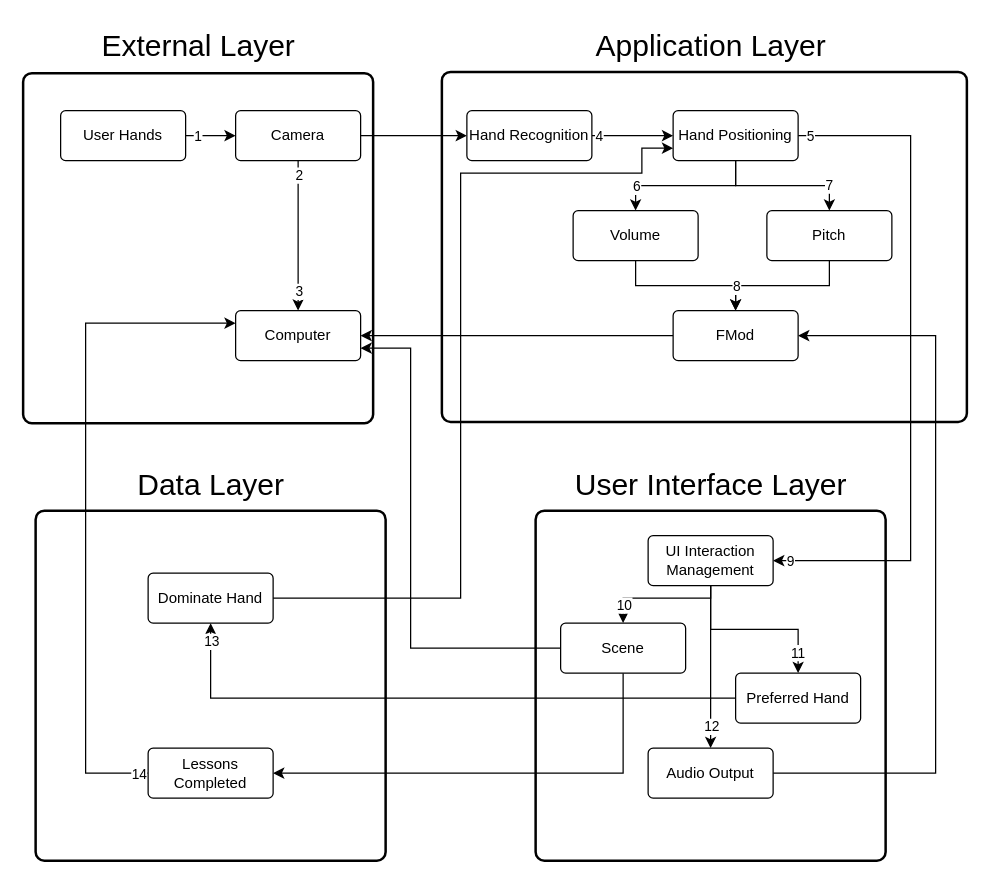
Above: diagram.drawio in ScottFrazier17/ThereMelo (draw.io), before the change. Source tidied: cells renumbered, new cells numbered last; positions are measured from the earlier drawing's top-left corner, leaving out a move shared by most shapes. Both pictures are drawn from the tidied source at 125%, with x=0, y=0 at pixel (22, 21).
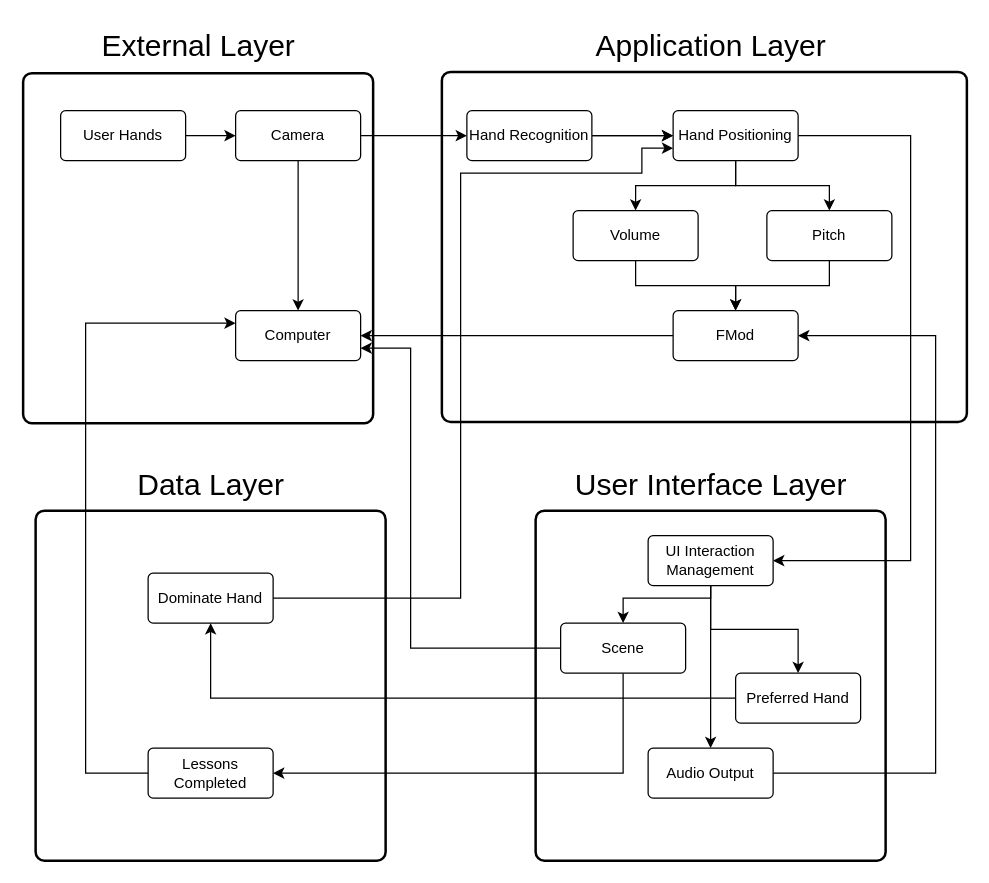
The same page after the edit.

Unchanged cells that the change refers to:
```xml
<mxCell id="8" style="edgeStyle=orthogonalEdgeStyle;rounded=0;jettySize=auto;html=1;entryX=0.5;entryY=0;entryDx=0;entryDy=0;" parent="1" edge="1" source="14" target="31">
  <mxGeometry relative="1" as="geometry" />
</mxCell>
<mxCell id="11" style="edgeStyle=orthogonalEdgeStyle;rounded=0;jettySize=auto;html=1;" parent="1" edge="1" source="14" target="47">
  <mxGeometry relative="1" as="geometry">
    <Array as="points">
      <mxPoint x="710" y="91" />
      <mxPoint x="710" y="431" />
    </Array>
  </mxGeometry>
</mxCell>
<mxCell id="14" value="Hand Positioning" style="rounded=1;arcSize=10;whiteSpace=wrap;html=1;align=center;" parent="1" vertex="1">
  <mxGeometry x="520" y="71" width="100" height="40" as="geometry" />
</mxCell>
<mxCell id="17" style="edgeStyle=orthogonalEdgeStyle;rounded=0;jettySize=auto;html=1;entryX=0.5;entryY=0;entryDx=0;entryDy=0;" parent="1" edge="1" source="20" target="15">
  <mxGeometry relative="1" as="geometry" />
</mxCell>
<mxCell id="21" style="edgeStyle=orthogonalEdgeStyle;rounded=0;jettySize=auto;html=1;entryX=0;entryY=0.5;entryDx=0;entryDy=0;" parent="1" edge="1" source="23" target="14">
  <mxGeometry relative="1" as="geometry" />
</mxCell>
<mxCell id="23" value="Hand Recognition" style="rounded=1;arcSize=10;whiteSpace=wrap;html=1;align=center;" parent="1" vertex="1">
  <mxGeometry x="355" y="71" width="100" height="40" as="geometry" />
</mxCell>
<mxCell id="28" value="Pitch" style="rounded=1;arcSize=10;whiteSpace=wrap;html=1;align=center;" parent="1" vertex="1">
  <mxGeometry x="595" y="151" width="100" height="40" as="geometry" />
</mxCell>
<mxCell id="29" style="edgeStyle=orthogonalEdgeStyle;rounded=0;jettySize=auto;html=1;entryX=0.5;entryY=0;entryDx=0;entryDy=0;" parent="1" edge="1" source="31" target="25">
  <mxGeometry relative="1" as="geometry" />
</mxCell>
<mxCell id="35" style="edgeStyle=orthogonalEdgeStyle;rounded=0;jettySize=auto;html=1;entryX=0;entryY=0.5;entryDx=0;entryDy=0;" parent="1" edge="1" source="37" target="20">
  <mxGeometry relative="1" as="geometry" />
</mxCell>
<mxCell id="41" style="edgeStyle=orthogonalEdgeStyle;rounded=0;jettySize=auto;html=1;" parent="1" edge="1" source="47" target="34">
  <mxGeometry relative="1" as="geometry">
    <Array as="points">
      <mxPoint x="550" y="461" />
      <mxPoint x="480" y="461" />
    </Array>
  </mxGeometry>
</mxCell>
<mxCell id="43" style="edgeStyle=orthogonalEdgeStyle;rounded=0;jettySize=auto;html=1;entryX=0.5;entryY=0;entryDx=0;entryDy=0;" parent="1" edge="1" source="47" target="40">
  <mxGeometry relative="1" as="geometry" />
</mxCell>
<mxCell id="45" style="edgeStyle=orthogonalEdgeStyle;rounded=0;jettySize=auto;html=1;entryX=0.5;entryY=0;entryDx=0;entryDy=0;" parent="1" edge="1" source="47" target="48">
  <mxGeometry relative="1" as="geometry" />
</mxCell>
<mxCell id="50" style="endArrow=classic;html=1;rounded=0;exitX=0;exitY=0.5;exitDx=0;exitDy=0;entryX=0.5;entryY=1;entryDx=0;entryDy=0;" parent="1" edge="1" source="48" target="49">
  <mxGeometry relative="1" as="geometry">
    <Array as="points">
      <mxPoint x="340" y="541" />
      <mxPoint x="150" y="541" />
    </Array>
  </mxGeometry>
</mxCell>
<mxCell id="53" style="edgeStyle=orthogonalEdgeStyle;rounded=0;jettySize=auto;html=1;entryX=0;entryY=0.25;entryDx=0;entryDy=0;" parent="1" edge="1" source="55" target="15">
  <mxGeometry relative="1" as="geometry">
    <Array as="points">
      <mxPoint x="50" y="601" />
      <mxPoint x="50" y="241" />
    </Array>
  </mxGeometry>
</mxCell>
```

Diff of the diagram source:
```diff
@@
-    <mxCell id="9" value="6" style="edgeLabel;html=1;align=center;verticalAlign=middle;" parent="8" vertex="1">
-      <mxGeometry x="-0.14" relative="1" as="geometry">
-        <mxPoint x="-48" as="offset" />
-      </mxGeometry>
-    </mxCell>
-    <mxCell id="10" value="7" style="edgeStyle=orthogonalEdgeStyle;rounded=0;jettySize=auto;html=1;entryX=0.5;entryY=0;entryDx=0;entryDy=0;" parent="1" edge="1" source="14" target="28">
+    <mxCell id="10" style="edgeStyle=orthogonalEdgeStyle;rounded=0;jettySize=auto;html=1;entryX=0.5;entryY=0;entryDx=0;entryDy=0;" parent="1" edge="1" source="14" target="28">
       <mxGeometry x="0.65" relative="1" as="geometry" />
     </mxCell>
@@
-    <mxCell id="12" value="5" style="edgeLabel;html=1;align=center;verticalAlign=middle;" parent="11" vertex="1">
-      <mxGeometry x="-0.84" y="1" relative="1" as="geometry">
-        <mxPoint x="-34" y="1" as="offset" />
-      </mxGeometry>
-    </mxCell>
-    <mxCell id="13" value="9" style="edgeLabel;html=1;align=center;verticalAlign=middle;" parent="11" vertex="1">
-      <mxGeometry x="0.95" relative="1" as="geometry" />
-    </mxCell>
@@
-    <mxCell id="18" value="2" style="edgeLabel;html=1;align=center;verticalAlign=middle;" parent="17" vertex="1">
-      <mxGeometry x="-0.24" y="-2" relative="1" as="geometry">
-        <mxPoint x="2" y="-35" as="offset" />
-      </mxGeometry>
-    </mxCell>
-    <mxCell id="19" value="3" style="edgeLabel;html=1;align=center;verticalAlign=middle;" parent="17" vertex="1">
-      <mxGeometry x="0.78" relative="1" as="geometry">
-        <mxPoint y="-3" as="offset" />
-      </mxGeometry>
-    </mxCell>
@@
-    <mxCell id="22" value="4" style="edgeLabel;html=1;align=center;verticalAlign=middle;" parent="21" vertex="1">
-      <mxGeometry x="-0.35" relative="1" as="geometry">
-        <mxPoint x="-16" as="offset" />
-      </mxGeometry>
-    </mxCell>
+    <mxCell id="56" style="edgeStyle=orthogonalEdgeStyle;rounded=0;jettySize=auto;html=1;" parent="1" edge="1" source="23" target="14">
+      <mxGeometry relative="1" as="geometry" />
+    </mxCell>
@@
-    <mxCell id="30" value="8" style="edgeLabel;html=1;align=center;verticalAlign=middle;" parent="29" vertex="1">
-      <mxGeometry x="-0.25" relative="1" as="geometry">
-        <mxPoint x="55" as="offset" />
-      </mxGeometry>
-    </mxCell>
@@
-    <mxCell id="36" value="1" style="edgeLabel;html=1;align=center;verticalAlign=middle;" parent="35" vertex="1">
-      <mxGeometry x="-0.13" y="-1" relative="1" as="geometry">
-        <mxPoint x="-8" y="-1" as="offset" />
-      </mxGeometry>
-    </mxCell>
@@
-    <mxCell id="42" value="10" style="edgeLabel;html=1;align=center;verticalAlign=middle;" parent="41" vertex="1">
-      <mxGeometry x="0.7" relative="1" as="geometry" />
-    </mxCell>
@@
-    <mxCell id="44" value="12" style="edgeLabel;html=1;align=center;verticalAlign=middle;" parent="43" vertex="1">
-      <mxGeometry x="0.72" relative="1" as="geometry" />
-    </mxCell>
@@
-    <mxCell id="46" value="11" style="edgeLabel;html=1;align=center;verticalAlign=middle;" parent="45" vertex="1">
-      <mxGeometry x="0.75" y="-1" relative="1" as="geometry" />
-    </mxCell>
@@
-    <mxCell id="51" value="13" style="edgeLabel;html=1;align=center;verticalAlign=middle;" parent="50" vertex="1">
-      <mxGeometry x="0.94" relative="1" as="geometry" />
-    </mxCell>
@@
-    <mxCell id="54" value="14" style="edgeLabel;html=1;align=center;verticalAlign=middle;" parent="53" vertex="1">
-      <mxGeometry x="-0.97" relative="1" as="geometry" />
-    </mxCell>
```
